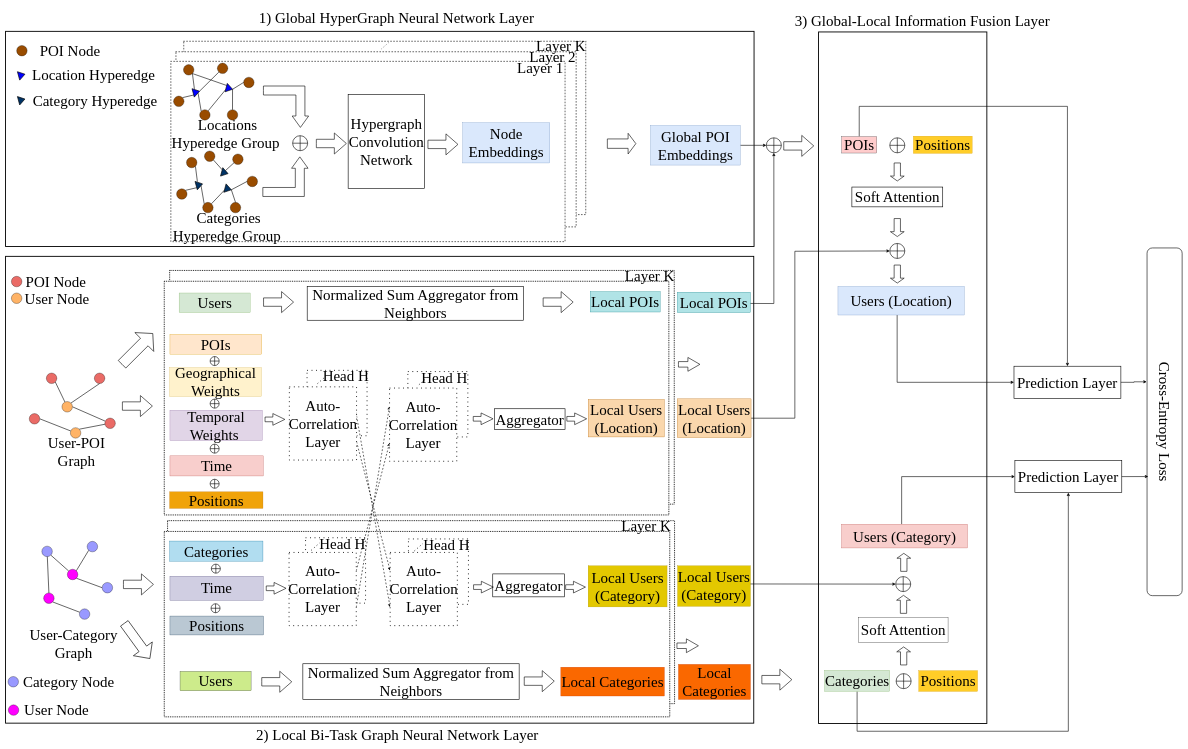
Earlier version of the draw.io diagram page "第 1 页" (1 of 2) of hgcn_nextpoi.drawio (chenshone/draw). Source tidied: cells renumbered, new cells numbered last; positions are measured from the earlier drawing's top-left corner, leaving out a move shared by most shapes. Both pictures are drawn from the tidied source at 30%, with x=0, y=0 at pixel (5, -121).
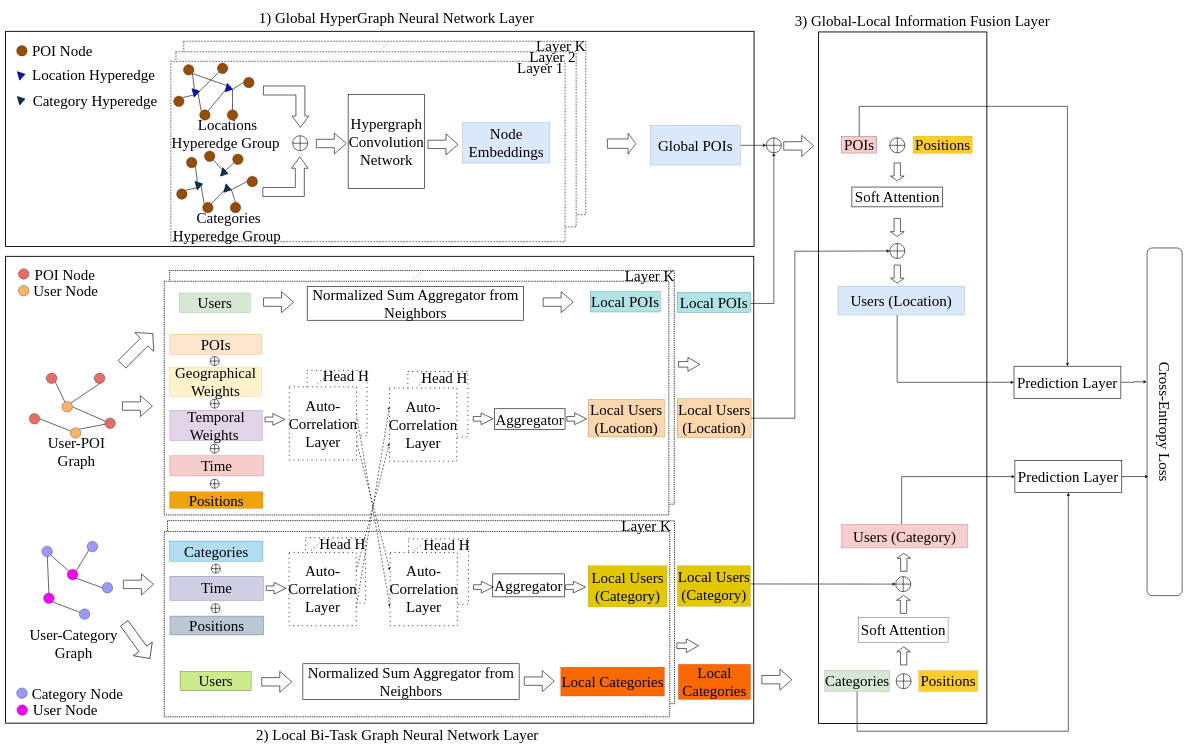
After the change.

Diff of the diagram source:
```diff
@@
-    <mxCell id="23" value="Global POI Embeddings" style="text;html=1;strokeColor=#6c8ebf;fillColor=#dae8fc;align=center;verticalAlign=middle;whiteSpace=wrap;rounded=0;fontSize=50;fontFamily=Times New Roman;" parent="1" vertex="1">
+    <mxCell id="23" value="Global POIs" style="text;html=1;strokeColor=#6c8ebf;fillColor=#dae8fc;align=center;verticalAlign=middle;whiteSpace=wrap;rounded=0;fontSize=50;fontFamily=Times New Roman;" parent="1" vertex="1">
       <mxGeometry x="2150" y="821" width="299" height="131.7" as="geometry" />
     </mxCell>
@@
     <mxCell id="75" value="POI Node" style="text;html=1;strokeColor=none;fillColor=none;align=center;verticalAlign=middle;whiteSpace=wrap;rounded=0;fontColor=default;fontSize=50;fontFamily=Times New Roman;" parent="1" vertex="1">
-      <mxGeometry x="91" y="557" width="248" height="32" as="geometry" />
+      <mxGeometry x="65" y="557" width="248" height="32" as="geometry" />
     </mxCell>
@@
     <mxCell id="94" style="ellipse;whiteSpace=wrap;html=1;fillColor=#EA6B66;fontSize=50;fontFamily=Times New Roman;fontColor=default;strokeColor=default;" parent="1" vertex="1">
-      <mxGeometry x="19.5" y="1323.5" width="35" height="35" as="geometry" />
+      <mxGeometry x="43" y="1298" width="35" height="35" as="geometry" />
     </mxCell>
     <mxCell id="95" style="ellipse;whiteSpace=wrap;html=1;fillColor=#FFB366;fontStyle=1;fontSize=50;fontFamily=Times New Roman;fontColor=default;strokeColor=default;" parent="1" vertex="1">
-      <mxGeometry x="19.5" y="1379.2" width="35" height="35" as="geometry" />
+      <mxGeometry x="43" y="1353.8" width="35" height="35" as="geometry" />
     </mxCell>
     <mxCell id="96" value="POI Node" style="text;html=1;strokeColor=none;fillColor=none;align=center;verticalAlign=middle;whiteSpace=wrap;rounded=0;fontColor=default;fontSize=50;fontFamily=Times New Roman;" parent="1" vertex="1">
-      <mxGeometry x="64" y="1326.5" width="208" height="32" as="geometry" />
+      <mxGeometry x="93.5" y="1301" width="208" height="32" as="geometry" />
     </mxCell>
     <mxCell id="97" value="User Node" style="text;html=1;strokeColor=none;fillColor=none;align=center;verticalAlign=middle;whiteSpace=wrap;rounded=0;fontColor=default;fontSize=50;fontFamily=Times New Roman;" parent="1" vertex="1">
-      <mxGeometry x="57.5" y="1382.2" width="226.5" height="32" as="geometry" />
+      <mxGeometry x="87" y="1356.8" width="226.5" height="32" as="geometry" />
     </mxCell>
     <mxCell id="98" style="ellipse;whiteSpace=wrap;html=1;fillColor=#9999FF;fontSize=50;fontFamily=Times New Roman;fontColor=default;strokeColor=default;" parent="1" vertex="1">
-      <mxGeometry x="8.2" y="2657.5" width="35" height="35" as="geometry" />
+      <mxGeometry x="37.2" y="2695.5" width="35" height="35" as="geometry" />
     </mxCell>
     <mxCell id="99" value="Category Node" style="text;html=1;strokeColor=none;fillColor=none;align=center;verticalAlign=middle;whiteSpace=wrap;rounded=0;fontColor=default;fontSize=50;fontFamily=Times New Roman;" parent="1" vertex="1">
-      <mxGeometry x="29" y="2652" width="363" height="48" as="geometry" />
+      <mxGeometry x="58" y="2690" width="363" height="48" as="geometry" />
     </mxCell>
     <mxCell id="100" style="ellipse;whiteSpace=wrap;html=1;fillColor=#FF00FF;fontSize=50;fontFamily=Times New Roman;fontColor=default;strokeColor=default;" parent="1" vertex="1">
-      <mxGeometry x="9.2" y="2752" width="35" height="35" as="geometry" />
+      <mxGeometry x="38.2" y="2752" width="35" height="35" as="geometry" />
     </mxCell>
     <mxCell id="101" value="User Node" style="text;html=1;strokeColor=none;fillColor=none;align=center;verticalAlign=middle;whiteSpace=wrap;rounded=0;fontColor=default;fontSize=50;fontFamily=Times New Roman;" parent="1" vertex="1">
-      <mxGeometry x="58.5" y="2752" width="221.5" height="32" as="geometry" />
+      <mxGeometry x="87.5" y="2752" width="221.5" height="32" as="geometry" />
     </mxCell>
@@
+    <mxCell id="202" style="endArrow=none;dashed=1;html=1;dashPattern=1 3;strokeWidth=2;rounded=0;strokeColor=default;fontSize=50;fontFamily=Times New Roman;fontColor=default;" parent="1" edge="1">
+      <mxGeometry relative="1" as="geometry">
+        <mxPoint x="1357.5" y="1333" as="sourcePoint" />
+        <mxPoint x="1385.5" y="1308.5" as="targetPoint" />
+      </mxGeometry>
+    </mxCell>
+    <mxCell id="203" style="endArrow=none;dashed=1;html=1;dashPattern=1 3;strokeWidth=2;rounded=0;strokeColor=default;fontSize=50;fontFamily=Times New Roman;fontColor=default;" parent="1" edge="1">
+      <mxGeometry relative="1" as="geometry">
+        <mxPoint x="1333" y="2168.2" as="sourcePoint" />
+        <mxPoint x="1361" y="2143.8" as="targetPoint" />
+      </mxGeometry>
+    </mxCell>
```
